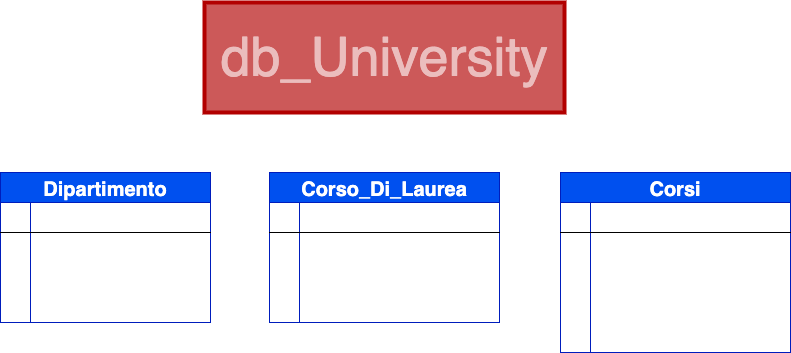
Before: diagram.drawio.png, a diagram exported from draw.io (RaffaeleVallifuoco/db-university). Source tidied: cells renumbered, new cells last; positions are measured from the earlier drawing's top-left corner, leaving out a move shared by most shapes.
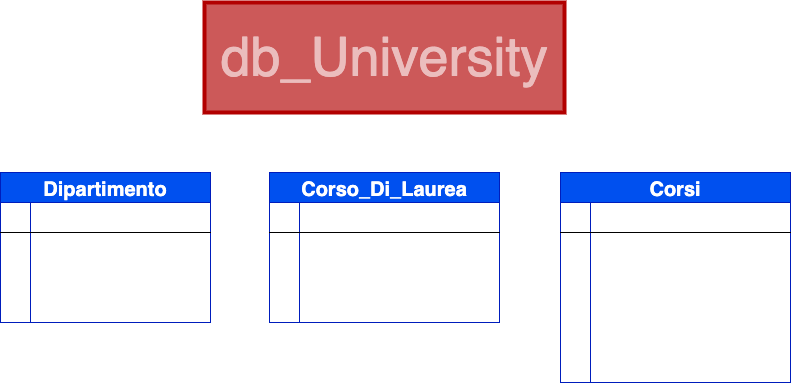
Above is the later version.

Commit message:
prova salvataggio

Diff of the diagram source:
```diff
@@ -84,7 +84,7 @@
       <mxGeometry x="30" width="200" height="30" as="geometry" />
     </mxCell>
     <mxCell id="29" value="Corsi" style="shape=table;startSize=30;rowLines=0;fontStyle=1;align=center;strokeWidth=1;fontSize=20;fillColor=#0050ef;strokeColor=#001DBC;fontColor=#ffffff;" parent="1" vertex="1">
-      <mxGeometry x="560" y="170" width="230" height="180" as="geometry" />
+      <mxGeometry x="560" y="170" width="230" height="210" as="geometry" />
     </mxCell>
     <mxCell id="30" style="shape=tableRow;horizontal=0;startSize=0;swimlaneHead=0;swimlaneBody=0;fillColor=none;top=0;left=0;right=0;bottom=1;strokeWidth=1;fontSize=18;fontColor=#FFFFFF;" parent="29" vertex="1">
       <mxGeometry y="30" width="230" height="30" as="geometry" />
@@ -131,5 +131,14 @@
     <mxCell id="44" value="Numero_Studenti" style="shape=partialRectangle;fillColor=none;top=0;left=0;bottom=0;right=0;align=left;spacingLeft=6;overflow=hidden;strokeWidth=1;fontSize=18;fontColor=#FFFFFF;" parent="42" vertex="1">
       <mxGeometry x="30" width="200" height="30" as="geometry" />
     </mxCell>
+    <mxCell id="45" style="shape=tableRow;horizontal=0;startSize=0;swimlaneHead=0;swimlaneBody=0;fillColor=none;top=0;left=0;right=0;bottom=0;strokeWidth=1;fontSize=18;fontColor=#FFFFFF;" parent="29" vertex="1">
+      <mxGeometry y="180" width="230" height="30" as="geometry" />
+    </mxCell>
+    <mxCell id="46" style="shape=partialRectangle;fillColor=none;top=0;left=0;bottom=0;right=0;overflow=hidden;strokeWidth=1;fontSize=18;fontColor=#FFFFFF;" parent="45" vertex="1">
+      <mxGeometry width="30" height="30" as="geometry" />
+    </mxCell>
+    <mxCell id="47" value="Numero_Studenti" style="shape=partialRectangle;fillColor=none;top=0;left=0;bottom=0;right=0;align=left;spacingLeft=6;overflow=hidden;strokeWidth=1;fontSize=18;fontColor=#FFFFFF;" parent="45" vertex="1">
+      <mxGeometry x="30" width="200" height="30" as="geometry" />
+    </mxCell>
   </root>
 </mxGraphModel>
```
